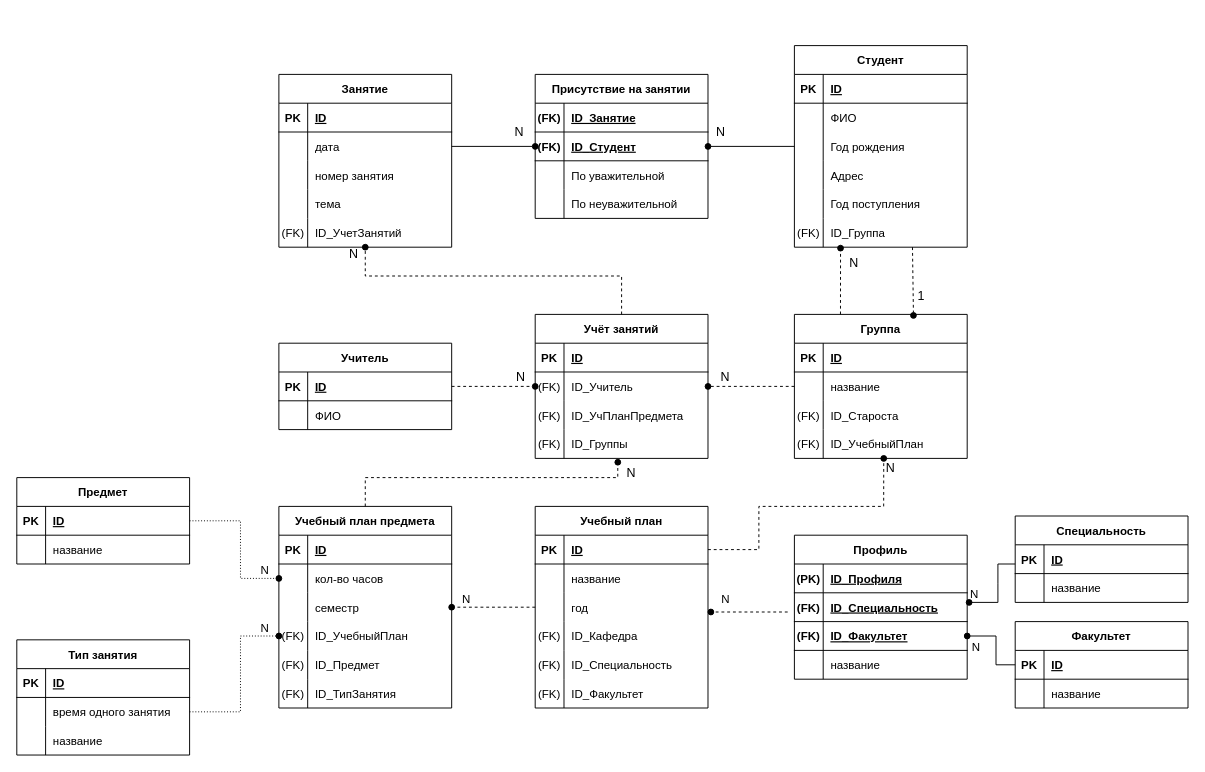
The draw.io diagram Untitled Diagram.drawio in BozrikovDanila/DB, before the edit. Source tidied: cells renumbered, new cells numbered last; positions are measured from the earlier drawing's top-left corner, leaving out a move shared by most shapes. Both pictures are drawn from the tidied source at 96%, with x=0, y=0 at pixel (16, 45).
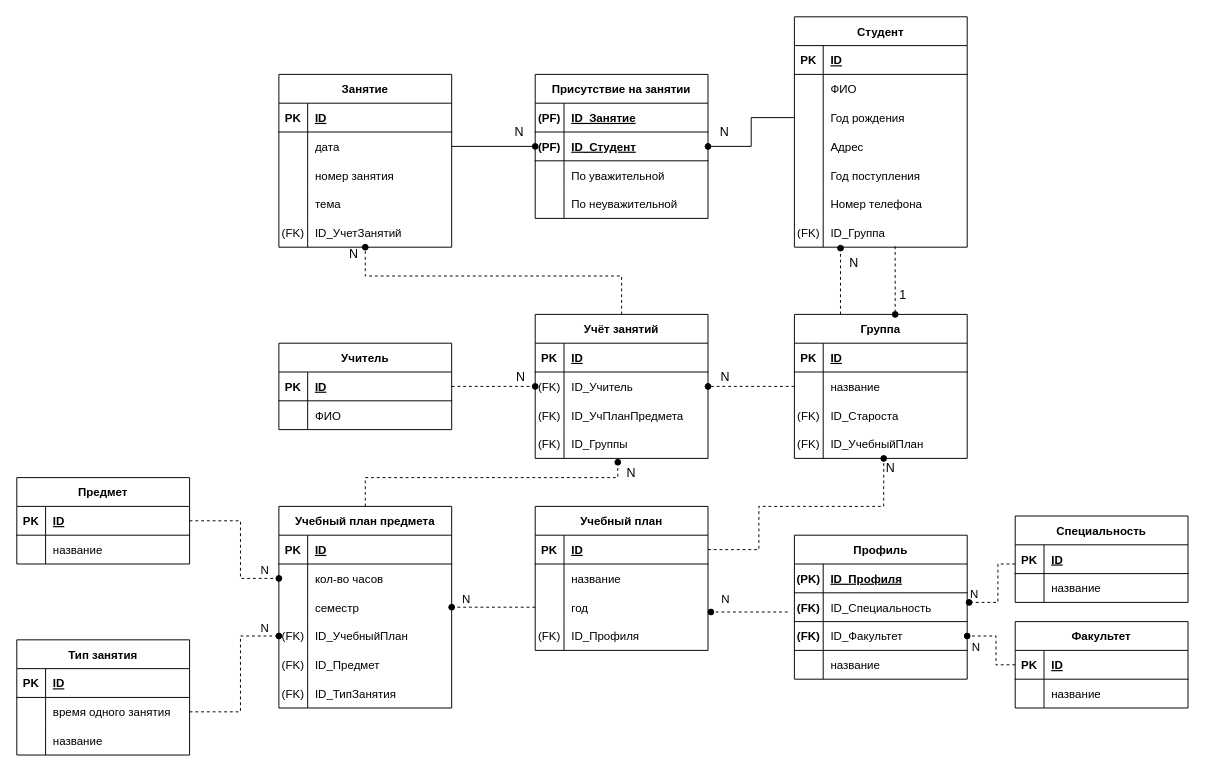
Above is the later version.

The change refers to these unchanged cells:
```xml
<mxCell id="6" style="shape=tableRow;horizontal=0;startSize=0;swimlaneHead=0;swimlaneBody=0;fillColor=none;top=0;left=0;right=0;bottom=1;" parent="2" vertex="1">
  <mxGeometry y="60" width="180" height="30" as="geometry" />
</mxCell>
<mxCell id="9" style="shape=tableRow;horizontal=0;startSize=0;swimlaneHead=0;swimlaneBody=0;fillColor=none;points=[[0,0.5],[1,0.5]];portConstraint=eastwest;top=0;left=0;right=0;bottom=1;" parent="2" vertex="1">
  <mxGeometry y="90" width="180" height="30" as="geometry" />
</mxCell>
<mxCell id="16" style="shape=tableRow;horizontal=0;startSize=0;swimlaneHead=0;swimlaneBody=0;fillColor=none;points=[[0,0.5],[1,0.5]];portConstraint=eastwest;top=0;left=0;right=0;bottom=1;" parent="15" vertex="1">
  <mxGeometry y="30" width="180" height="30" as="geometry" />
</mxCell>
<mxCell id="43" style="shape=tableRow;horizontal=0;startSize=0;swimlaneHead=0;swimlaneBody=0;fillColor=none;top=0;left=0;right=0;bottom=0;" parent="33" vertex="1">
  <mxGeometry y="120" width="180" height="30" as="geometry" />
</mxCell>
<mxCell id="58" style="shape=tableRow;horizontal=0;startSize=0;swimlaneHead=0;swimlaneBody=0;fillColor=none;points=[[0,0.5],[1,0.5]];portConstraint=eastwest;top=0;left=0;right=0;bottom=0;" parent="54" vertex="1">
  <mxGeometry y="60" width="180" height="30" as="geometry" />
</mxCell>
<mxCell id="64" style="shape=tableRow;horizontal=0;startSize=0;swimlaneHead=0;swimlaneBody=0;fillColor=none;points=[[0,0.5],[1,0.5]];portConstraint=eastwest;top=0;left=0;right=0;bottom=0;" parent="54" vertex="1">
  <mxGeometry y="120" width="180" height="30" as="geometry" />
</mxCell>
<mxCell id="74" style="shape=tableRow;horizontal=0;startSize=0;swimlaneHead=0;swimlaneBody=0;fillColor=none;points=[[0,0.5],[1,0.5]];portConstraint=eastwest;top=0;left=0;right=0;bottom=1;" parent="73" vertex="1">
  <mxGeometry y="30" width="180" height="30" as="geometry" />
</mxCell>
<mxCell id="84" style="shape=tableRow;horizontal=0;startSize=0;swimlaneHead=0;swimlaneBody=0;fillColor=none;points=[[0,0.5],[1,0.5]];portConstraint=eastwest;top=0;left=0;right=0;bottom=0;" parent="80" vertex="1">
  <mxGeometry y="60" width="180" height="30" as="geometry" />
</mxCell>
<mxCell id="96" value="Группа" style="shape=table;startSize=30;childLayout=tableLayout;rowLines=0;fontStyle=1;align=center;" parent="1" vertex="1">
  <mxGeometry x="810" y="280" width="180" height="150" as="geometry" />
</mxCell>
<mxCell id="152" style="shape=tableRow;horizontal=0;startSize=0;swimlaneHead=0;swimlaneBody=0;fillColor=none;top=0;left=0;right=0;bottom=1;" parent="151" vertex="1">
  <mxGeometry y="30" width="180" height="30" as="geometry" />
</mxCell>
<mxCell id="155" style="shape=tableRow;horizontal=0;startSize=0;swimlaneHead=0;swimlaneBody=0;fillColor=none;points=[[0,0.5],[1,0.5]];portConstraint=eastwest;top=0;left=0;right=0;bottom=1;" parent="151" vertex="1">
  <mxGeometry y="60" width="180" height="30" as="geometry" />
</mxCell>
```

The edit, as a diff of the source:
```diff
@@
-    <mxCell id="8" value="ID_Специальность" style="shape=partialRectangle;fillColor=none;top=0;left=0;bottom=0;right=0;align=left;spacingLeft=6;fontStyle=5;overflow=hidden;" parent="6" vertex="1">
+    <mxCell id="8" value="ID_Специальность" style="shape=partialRectangle;fillColor=none;top=0;left=0;bottom=0;right=0;align=left;spacingLeft=6;fontStyle=0;overflow=hidden;" parent="6" vertex="1">
       <mxGeometry x="30" width="150" height="30" as="geometry" />
     </mxCell>
@@
-    <mxCell id="11" value="ID_Факультет" style="shape=partialRectangle;fillColor=none;top=0;left=0;bottom=0;right=0;align=left;spacingLeft=6;fontStyle=5;overflow=hidden;" parent="9" vertex="1">
+    <mxCell id="11" value="ID_Факультет" style="shape=partialRectangle;fillColor=none;top=0;left=0;bottom=0;right=0;align=left;spacingLeft=6;fontStyle=0;overflow=hidden;" parent="9" vertex="1">
       <mxGeometry x="30" width="150" height="30" as="geometry" />
     </mxCell>
@@
-    <mxCell id="29" style="endArrow=oval;html=1;rounded=0;exitX=-0.011;exitY=-0.167;exitDx=0;exitDy=0;exitPerimeter=0;endFill=1;entryX=1;entryY=0.5;entryDx=0;entryDy=0;" parent="1" edge="1">
+    <mxCell id="29" style="endArrow=oval;html=1;rounded=0;exitX=-0.011;exitY=-0.167;exitDx=0;exitDy=0;exitPerimeter=0;endFill=1;entryX=1;entryY=0.5;entryDx=0;entryDy=0;dashed=1;" parent="1" edge="1">
       <mxGeometry relative="1" as="geometry">
         <mxPoint x="1040" y="540" as="sourcePoint" />
         <mxPoint x="992" y="580" as="targetPoint" />
         <Array as="points">
           <mxPoint x="1022" y="540" />
           <mxPoint x="1022" y="560" />
           <mxPoint x="1022" y="580" />
         </Array>
       </mxGeometry>
     </mxCell>
@@
-    <mxCell id="31" style="endArrow=oval;html=1;rounded=0;entryX=1;entryY=0.5;entryDx=0;entryDy=0;endFill=1;exitX=0;exitY=0.5;exitDx=0;exitDy=0;" parent="1" edge="1" source="16" target="9">
+    <mxCell id="31" style="endArrow=oval;html=1;rounded=0;entryX=1;entryY=0.5;entryDx=0;entryDy=0;endFill=1;exitX=0;exitY=0.5;exitDx=0;exitDy=0;dashed=1;" parent="1" edge="1" source="16" target="9">
       <mxGeometry relative="1" as="geometry">
         <Array as="points">
           <mxPoint x="1020" y="645" />
           <mxPoint x="1020" y="615" />
         </Array>
       </mxGeometry>
     </mxCell>
@@
     <mxCell id="33" value="Учебный план" style="shape=table;startSize=30;childLayout=tableLayout;rowLines=0;fontStyle=1;align=center;" parent="1" vertex="1">
-      <mxGeometry x="540" y="480" width="180" height="210" as="geometry" />
+      <mxGeometry x="540" y="480" width="180" height="150" as="geometry" />
     </mxCell>
@@
-    <mxCell id="45" value="ID_Кафедра" style="shape=partialRectangle;fillColor=none;top=0;left=0;bottom=0;right=0;align=left;spacingLeft=6;overflow=hidden;" parent="43" vertex="1">
+    <mxCell id="45" value="ID_Профиля" style="shape=partialRectangle;fillColor=none;top=0;left=0;bottom=0;right=0;align=left;spacingLeft=6;overflow=hidden;" parent="43" vertex="1">
       <mxGeometry x="30" width="150" height="30" as="geometry" />
     </mxCell>
-    <mxCell id="46" style="shape=tableRow;horizontal=0;startSize=0;swimlaneHead=0;swimlaneBody=0;fillColor=none;top=0;left=0;right=0;bottom=0;" parent="33" vertex="1">
-      <mxGeometry y="150" width="180" height="30" as="geometry" />
-    </mxCell>
-    <mxCell id="47" value="(FK)" style="shape=partialRectangle;fillColor=none;top=0;left=0;bottom=0;right=0;overflow=hidden;" parent="46" vertex="1">
-      <mxGeometry width="30" height="30" as="geometry" />
-    </mxCell>
-    <mxCell id="48" value="ID_Специальность" style="shape=partialRectangle;fillColor=none;top=0;left=0;bottom=0;right=0;align=left;spacingLeft=6;overflow=hidden;" parent="46" vertex="1">
-      <mxGeometry x="30" width="150" height="30" as="geometry" />
-    </mxCell>
-    <mxCell id="49" style="shape=tableRow;horizontal=0;startSize=0;swimlaneHead=0;swimlaneBody=0;fillColor=none;top=0;left=0;right=0;bottom=0;" parent="33" vertex="1">
-      <mxGeometry y="180" width="180" height="30" as="geometry" />
-    </mxCell>
-    <mxCell id="50" value="(FK)" style="shape=partialRectangle;fillColor=none;top=0;left=0;bottom=0;right=0;overflow=hidden;" parent="49" vertex="1">
-      <mxGeometry width="30" height="30" as="geometry" />
-    </mxCell>
-    <mxCell id="51" value="ID_Факультет" style="shape=partialRectangle;fillColor=none;top=0;left=0;bottom=0;right=0;align=left;spacingLeft=6;overflow=hidden;" parent="49" vertex="1">
-      <mxGeometry x="30" width="150" height="30" as="geometry" />
-    </mxCell>
@@
-    <mxCell id="90" style="endArrow=oval;html=1;rounded=0;dashed=1;dashPattern=1 2;exitX=1;exitY=0.5;exitDx=0;exitDy=0;entryX=0;entryY=0.5;entryDx=0;entryDy=0;endFill=1;" parent="1" edge="1" source="84" target="64">
+    <mxCell id="90" style="endArrow=oval;html=1;rounded=0;dashed=1;exitX=1;exitY=0.5;exitDx=0;exitDy=0;entryX=0;entryY=0.5;entryDx=0;entryDy=0;endFill=1;" parent="1" edge="1" source="84" target="64">
       <mxGeometry relative="1" as="geometry">
         <Array as="points">
           <mxPoint x="233" y="694" />
           <mxPoint x="233" y="615" />
         </Array>
       </mxGeometry>
     </mxCell>
@@
-    <mxCell id="92" style="endArrow=oval;html=1;rounded=0;dashed=1;dashPattern=1 2;exitX=1;exitY=0.5;exitDx=0;exitDy=0;entryX=0;entryY=0.5;entryDx=0;entryDy=0;endFill=1;" parent="1" edge="1" source="74" target="58">
+    <mxCell id="92" style="endArrow=oval;html=1;rounded=0;dashed=1;exitX=1;exitY=0.5;exitDx=0;exitDy=0;entryX=0;entryY=0.5;entryDx=0;entryDy=0;endFill=1;" parent="1" edge="1" source="74" target="58">
       <mxGeometry relative="1" as="geometry">
         <Array as="points">
           <mxPoint x="233" y="495" />
           <mxPoint x="233" y="555" />
         </Array>
       </mxGeometry>
     </mxCell>
@@
     <mxCell id="109" value="Студент" style="shape=table;startSize=30;childLayout=tableLayout;rowLines=0;fontStyle=1;align=center;" parent="1" vertex="1">
-      <mxGeometry x="810" width="180" height="210" as="geometry" />
+      <mxGeometry x="810" y="-30" width="180" height="240" as="geometry" />
     </mxCell>
@@
+    <mxCell id="49" style="shape=tableRow;horizontal=0;startSize=0;swimlaneHead=0;swimlaneBody=0;fillColor=none;top=0;left=0;right=0;bottom=0;" parent="109" vertex="1">
+      <mxGeometry y="180" width="180" height="30" as="geometry" />
+    </mxCell>
+    <mxCell id="193" style="shape=partialRectangle;fillColor=none;top=0;left=0;bottom=0;right=0;overflow=hidden;" parent="49" vertex="1">
+      <mxGeometry width="30" height="30" as="geometry" />
+    </mxCell>
+    <mxCell id="194" value="Номер телефона" style="shape=partialRectangle;fillColor=none;top=0;left=0;bottom=0;right=0;align=left;spacingLeft=6;overflow=hidden;" parent="49" vertex="1">
+      <mxGeometry x="30" width="150" height="30" as="geometry" />
+    </mxCell>
     <mxCell id="125" style="shape=tableRow;horizontal=0;startSize=0;swimlaneHead=0;swimlaneBody=0;fillColor=none;points=[[0,0.5],[1,0.5]];portConstraint=eastwest;top=0;left=0;right=0;bottom=0;" parent="109" vertex="1">
-      <mxGeometry y="180" width="180" height="30" as="geometry" />
+      <mxGeometry y="210" width="180" height="30" as="geometry" />
     </mxCell>
@@
-    <mxCell id="153" value="(FK)" style="shape=partialRectangle;fillColor=none;top=0;left=0;bottom=0;right=0;fontStyle=1;overflow=hidden;" parent="152" vertex="1">
+    <mxCell id="153" value="(PF)" style="shape=partialRectangle;fillColor=none;top=0;left=0;bottom=0;right=0;fontStyle=1;overflow=hidden;" parent="152" vertex="1">
       <mxGeometry width="30" height="30" as="geometry" />
     </mxCell>
@@
-    <mxCell id="156" value="(FK)" style="shape=partialRectangle;fillColor=none;top=0;left=0;bottom=0;right=0;fontStyle=1;overflow=hidden;" parent="155" vertex="1">
+    <mxCell id="156" value="(PF)" style="shape=partialRectangle;fillColor=none;top=0;left=0;bottom=0;right=0;fontStyle=1;overflow=hidden;" parent="155" vertex="1">
       <mxGeometry width="30" height="30" as="geometry" />
     </mxCell>
@@
-    <mxCell id="187" style="endArrow=oval;html=1;rounded=0;dashed=1;fontSize=13;entryX=0.689;entryY=0.007;entryDx=0;entryDy=0;entryPerimeter=0;endFill=1;" parent="1" edge="1" target="96">
+    <mxCell id="187" style="endArrow=oval;html=1;rounded=0;dashed=1;fontSize=13;endFill=1;exitX=0.583;exitY=0.967;exitDx=0;exitDy=0;exitPerimeter=0;" parent="1" edge="1" source="125">
       <mxGeometry relative="1" as="geometry">
-        <mxPoint x="933" y="210" as="sourcePoint" />
+        <mxPoint x="915" y="280" as="targetPoint" />
       </mxGeometry>
     </mxCell>
```
